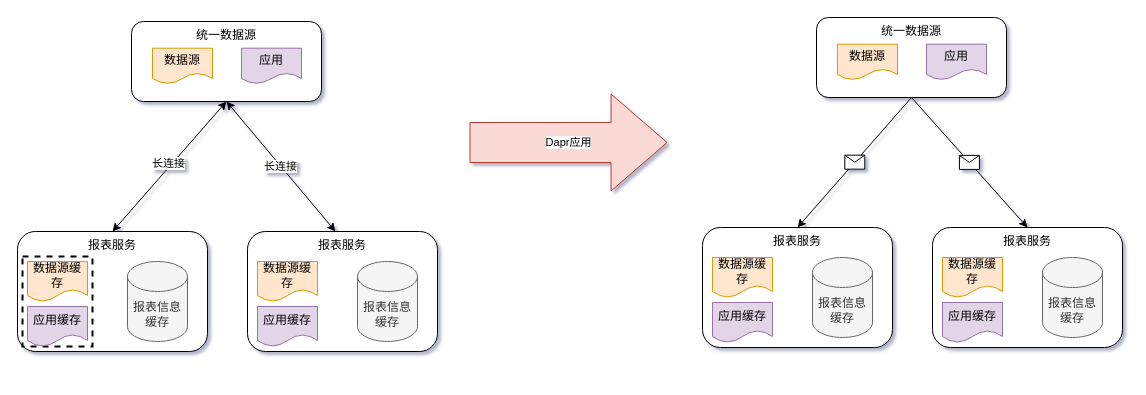
This is 关系图.drawio from cwsheng/drawingio, a draw.io file, before an edit. Source tidied: cells renumbered, new cells numbered last; positions are measured from the earlier drawing's top-left corner, leaving out a move shared by most shapes. Both pictures are drawn from the tidied source at 100%, with x=0, y=0 at pixel (17, 17).
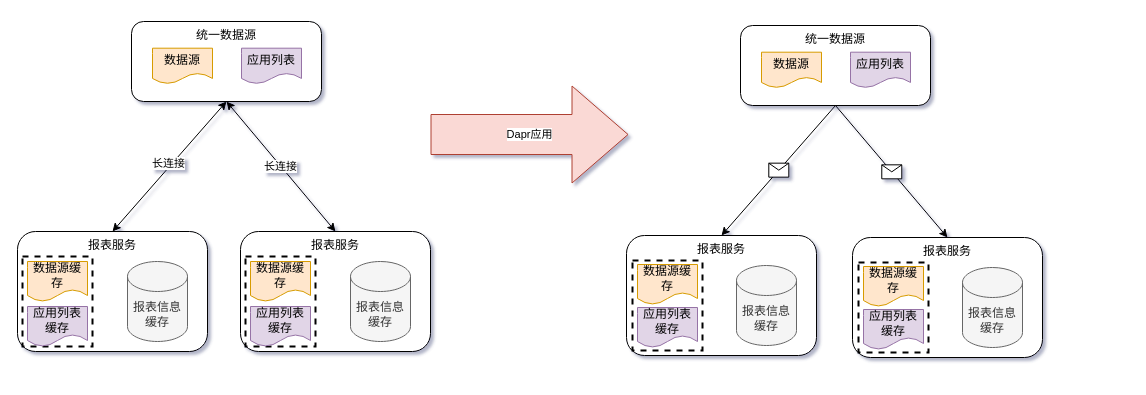
The same diagram, later.

Commit message:
更新关系图.drawio

Unchanged cells that the change refers to:
```xml
<mxCell id="17" value="统一数据源" style="rounded=1;whiteSpace=wrap;html=1;verticalAlign=top;" parent="16" vertex="1">
  <mxGeometry width="190" height="80" as="geometry" />
</mxCell>
<mxCell id="25" style="group;" parent="1" vertex="1">
  <mxGeometry y="214" width="190" height="140" as="geometry" />
</mxCell>
<mxCell id="31" style="group;" parent="1" vertex="1">
  <mxGeometry x="114" y="4" width="190" height="80" as="geometry" />
</mxCell>
<mxCell id="32" value="统一数据源" style="rounded=1;whiteSpace=wrap;html=1;verticalAlign=top;" parent="31" vertex="1">
  <mxGeometry width="190" height="80" as="geometry" />
</mxCell>
```

Change to the diagram source:
```diff
@@
+    <mxCell id="11" style="group;" parent="1" vertex="1">
+      <mxGeometry x="609" y="208" width="190" height="120" as="geometry" />
+    </mxCell>
+    <mxCell id="12" value="报表服务" style="rounded=1;whiteSpace=wrap;html=1;verticalAlign=top;" parent="11" vertex="1">
+      <mxGeometry y="10" width="190" height="120" as="geometry" />
+    </mxCell>
+    <mxCell id="15" value="报表信息缓存" style="shape=cylinder3;whiteSpace=wrap;html=1;boundedLbl=1;backgroundOutline=1;size=15;fillColor=#f5f5f5;fontColor=#333333;strokeColor=#666666;" parent="11" vertex="1">
+      <mxGeometry x="110" y="40" width="60" height="80" as="geometry" />
+    </mxCell>
+    <mxCell id="39" style="rounded=0;whiteSpace=wrap;html=1;dashed=1;strokeWidth=2;" parent="11" vertex="1">
+      <mxGeometry x="6" y="35" width="70" height="90" as="geometry" />
+    </mxCell>
+    <mxCell id="40" value="应用列表缓存" style="shape=document;whiteSpace=wrap;html=1;boundedLbl=1;fillColor=#e1d5e7;strokeColor=#9673a6;" parent="11" vertex="1">
+      <mxGeometry x="11" y="82" width="60" height="40" as="geometry" />
+    </mxCell>
+    <mxCell id="41" value="数据源缓存" style="shape=document;whiteSpace=wrap;html=1;boundedLbl=1;fillColor=#ffe6cc;strokeColor=#d79b00;" parent="11" vertex="1">
+      <mxGeometry x="11" y="39" width="60" height="40" as="geometry" />
+    </mxCell>
@@
-    <mxCell id="4" style="endArrow=classic;html=1;rounded=0;entryX=0.5;entryY=0;entryDx=0;entryDy=0;exitX=0.5;exitY=1;exitDx=0;exitDy=0;" parent="1" edge="1" source="17" target="7">
+    <mxCell id="4" style="endArrow=classic;html=1;rounded=0;exitX=0.5;exitY=1;exitDx=0;exitDy=0;entryX=0.5;entryY=0;entryDx=0;entryDy=0;" parent="1" edge="1" source="17" target="51">
       <mxGeometry relative="1" as="geometry" />
     </mxCell>
@@
-    <mxCell id="6" style="group;" parent="1" vertex="1">
-      <mxGeometry x="915" y="210" width="190" height="120" as="geometry" />
-    </mxCell>
-    <mxCell id="7" value="报表服务" style="rounded=1;whiteSpace=wrap;html=1;verticalAlign=top;" parent="6" vertex="1">
-      <mxGeometry width="190" height="120" as="geometry" />
-    </mxCell>
-    <mxCell id="8" value="数据源缓存" style="shape=document;whiteSpace=wrap;html=1;boundedLbl=1;fillColor=#ffe6cc;strokeColor=#d79b00;" parent="6" vertex="1">
-      <mxGeometry x="10" y="30" width="60" height="40" as="geometry" />
-    </mxCell>
-    <mxCell id="9" value="应用缓存" style="shape=document;whiteSpace=wrap;html=1;boundedLbl=1;fillColor=#e1d5e7;strokeColor=#9673a6;" parent="6" vertex="1">
-      <mxGeometry x="10" y="75" width="60" height="40" as="geometry" />
-    </mxCell>
-    <mxCell id="10" value="报表信息缓存" style="shape=cylinder3;whiteSpace=wrap;html=1;boundedLbl=1;backgroundOutline=1;size=15;fillColor=#f5f5f5;fontColor=#333333;strokeColor=#666666;" parent="6" vertex="1">
-      <mxGeometry x="110" y="30" width="60" height="80" as="geometry" />
-    </mxCell>
-    <mxCell id="11" style="group;" parent="1" vertex="1">
-      <mxGeometry x="685" y="210" width="190" height="120" as="geometry" />
-    </mxCell>
-    <mxCell id="12" value="报表服务" style="rounded=1;whiteSpace=wrap;html=1;verticalAlign=top;" parent="11" vertex="1">
-      <mxGeometry width="190" height="120" as="geometry" />
-    </mxCell>
-    <mxCell id="13" value="数据源缓存" style="shape=document;whiteSpace=wrap;html=1;boundedLbl=1;fillColor=#ffe6cc;strokeColor=#d79b00;" parent="11" vertex="1">
-      <mxGeometry x="10" y="30" width="60" height="40" as="geometry" />
-    </mxCell>
-    <mxCell id="14" value="应用缓存" style="shape=document;whiteSpace=wrap;html=1;boundedLbl=1;fillColor=#e1d5e7;strokeColor=#9673a6;" parent="11" vertex="1">
-      <mxGeometry x="10" y="75" width="60" height="40" as="geometry" />
-    </mxCell>
-    <mxCell id="15" value="报表信息缓存" style="shape=cylinder3;whiteSpace=wrap;html=1;boundedLbl=1;backgroundOutline=1;size=15;fillColor=#f5f5f5;fontColor=#333333;strokeColor=#666666;" parent="11" vertex="1">
-      <mxGeometry x="110" y="30" width="60" height="80" as="geometry" />
-    </mxCell>
     <mxCell id="16" style="group;" parent="1" vertex="1">
-      <mxGeometry x="799" width="190" height="80" as="geometry" />
+      <mxGeometry x="723" y="8" width="190" height="80" as="geometry" />
     </mxCell>
@@
-    <mxCell id="19" value="应用" style="shape=document;whiteSpace=wrap;html=1;boundedLbl=1;fillColor=#e1d5e7;strokeColor=#9673a6;" parent="16" vertex="1">
+    <mxCell id="19" value="应用列表" style="shape=document;whiteSpace=wrap;html=1;boundedLbl=1;fillColor=#e1d5e7;strokeColor=#9673a6;" parent="16" vertex="1">
       <mxGeometry x="110" y="26.7" width="60" height="35.6" as="geometry" />
     </mxCell>
-    <mxCell id="20" style="group;" parent="1" vertex="1">
-      <mxGeometry x="230" y="214" width="190" height="120" as="geometry" />
-    </mxCell>
-    <mxCell id="21" value="报表服务" style="rounded=1;whiteSpace=wrap;html=1;verticalAlign=top;" parent="20" vertex="1">
-      <mxGeometry width="190" height="120" as="geometry" />
-    </mxCell>
-    <mxCell id="22" value="数据源缓存" style="shape=document;whiteSpace=wrap;html=1;boundedLbl=1;fillColor=#ffe6cc;strokeColor=#d79b00;" parent="20" vertex="1">
-      <mxGeometry x="10" y="30" width="60" height="40" as="geometry" />
-    </mxCell>
-    <mxCell id="23" value="应用缓存" style="shape=document;whiteSpace=wrap;html=1;boundedLbl=1;fillColor=#e1d5e7;strokeColor=#9673a6;" parent="20" vertex="1">
-      <mxGeometry x="10" y="75" width="60" height="40" as="geometry" />
-    </mxCell>
-    <mxCell id="24" value="报表信息缓存" style="shape=cylinder3;whiteSpace=wrap;html=1;boundedLbl=1;backgroundOutline=1;size=15;fillColor=#f5f5f5;fontColor=#333333;strokeColor=#666666;" parent="20" vertex="1">
-      <mxGeometry x="110" y="30" width="60" height="80" as="geometry" />
-    </mxCell>
@@
+    <mxCell id="42" style="group;" parent="25" vertex="1">
+      <mxGeometry width="190" height="120" as="geometry" />
+    </mxCell>
-    <mxCell id="26" value="报表服务" style="rounded=1;whiteSpace=wrap;html=1;verticalAlign=top;" parent="25" vertex="1">
+    <mxCell id="26" value="报表服务" style="rounded=1;whiteSpace=wrap;html=1;verticalAlign=top;" parent="42" vertex="1">
       <mxGeometry width="190" height="120" as="geometry" />
     </mxCell>
-    <mxCell id="27" style="rounded=0;whiteSpace=wrap;html=1;dashed=1;strokeWidth=2;" parent="25" vertex="1">
+    <mxCell id="27" style="rounded=0;whiteSpace=wrap;html=1;dashed=1;strokeWidth=2;" parent="42" vertex="1">
       <mxGeometry x="5" y="25" width="70" height="90" as="geometry" />
     </mxCell>
-    <mxCell id="28" value="数据源缓存" style="shape=document;whiteSpace=wrap;html=1;boundedLbl=1;fillColor=#ffe6cc;strokeColor=#d79b00;" parent="25" vertex="1">
+    <mxCell id="28" value="数据源缓存" style="shape=document;whiteSpace=wrap;html=1;boundedLbl=1;fillColor=#ffe6cc;strokeColor=#d79b00;" parent="42" vertex="1">
       <mxGeometry x="10" y="30" width="60" height="40" as="geometry" />
     </mxCell>
-    <mxCell id="29" value="应用缓存" style="shape=document;whiteSpace=wrap;html=1;boundedLbl=1;fillColor=#e1d5e7;strokeColor=#9673a6;" parent="25" vertex="1">
+    <mxCell id="29" value="应用列表缓存" style="shape=document;whiteSpace=wrap;html=1;boundedLbl=1;fillColor=#e1d5e7;strokeColor=#9673a6;" parent="42" vertex="1">
       <mxGeometry x="10" y="75" width="60" height="40" as="geometry" />
     </mxCell>
-    <mxCell id="30" value="报表信息缓存" style="shape=cylinder3;whiteSpace=wrap;html=1;boundedLbl=1;backgroundOutline=1;size=15;fillColor=#f5f5f5;fontColor=#333333;strokeColor=#666666;" parent="25" vertex="1">
+    <mxCell id="30" value="报表信息缓存" style="shape=cylinder3;whiteSpace=wrap;html=1;boundedLbl=1;backgroundOutline=1;size=15;fillColor=#f5f5f5;fontColor=#333333;strokeColor=#666666;" parent="42" vertex="1">
       <mxGeometry x="110" y="30" width="60" height="80" as="geometry" />
     </mxCell>
@@
-    <mxCell id="34" value="应用" style="shape=document;whiteSpace=wrap;html=1;boundedLbl=1;fillColor=#e1d5e7;strokeColor=#9673a6;" parent="31" vertex="1">
+    <mxCell id="34" value="应用列表" style="shape=document;whiteSpace=wrap;html=1;boundedLbl=1;fillColor=#e1d5e7;strokeColor=#9673a6;" parent="31" vertex="1">
       <mxGeometry x="110" y="26.7" width="60" height="35.6" as="geometry" />
     </mxCell>
     <mxCell id="35" value="Dapr应用" style="shape=flexArrow;endArrow=classic;html=1;rounded=0;endWidth=56;endSize=18.33;width=40;fillColor=#fad9d5;strokeColor=#ae4132;" parent="1" edge="1">
       <mxGeometry relative="1" as="geometry">
-        <mxPoint x="452" y="125" as="sourcePoint" />
-        <mxPoint x="650" y="125" as="targetPoint" />
+        <mxPoint x="413" y="117" as="sourcePoint" />
+        <mxPoint x="611" y="117" as="targetPoint" />
       </mxGeometry>
     </mxCell>
@@
-    <mxCell id="38" value="长连接" style="endArrow=classic;startArrow=classic;html=1;rounded=0;entryX=0.5;entryY=1;entryDx=0;entryDy=0;exitX=0.463;exitY=0;exitDx=0;exitDy=0;exitPerimeter=0;" parent="1" edge="1" source="21" target="32">
+    <mxCell id="38" value="长连接" style="endArrow=classic;startArrow=classic;html=1;rounded=0;entryX=0.5;entryY=1;entryDx=0;entryDy=0;exitX=0.5;exitY=0;exitDx=0;exitDy=0;" parent="1" edge="1" source="45" target="32">
       <mxGeometry relative="1" as="geometry" />
     </mxCell>
+    <mxCell id="43" style="group;" parent="1" vertex="1">
+      <mxGeometry x="223" y="214" width="190" height="140" as="geometry" />
+    </mxCell>
+    <mxCell id="44" style="group;" parent="43" vertex="1">
+      <mxGeometry width="190" height="120" as="geometry" />
+    </mxCell>
+    <mxCell id="45" value="报表服务" style="rounded=1;whiteSpace=wrap;html=1;verticalAlign=top;" parent="44" vertex="1">
+      <mxGeometry width="190" height="120" as="geometry" />
+    </mxCell>
+    <mxCell id="46" style="rounded=0;whiteSpace=wrap;html=1;dashed=1;strokeWidth=2;" parent="44" vertex="1">
+      <mxGeometry x="5" y="25" width="70" height="90" as="geometry" />
+    </mxCell>
+    <mxCell id="47" value="数据源缓存" style="shape=document;whiteSpace=wrap;html=1;boundedLbl=1;fillColor=#ffe6cc;strokeColor=#d79b00;" parent="44" vertex="1">
+      <mxGeometry x="10" y="30" width="60" height="40" as="geometry" />
+    </mxCell>
+    <mxCell id="48" value="应用列表缓存" style="shape=document;whiteSpace=wrap;html=1;boundedLbl=1;fillColor=#e1d5e7;strokeColor=#9673a6;" parent="44" vertex="1">
+      <mxGeometry x="10" y="75" width="60" height="40" as="geometry" />
+    </mxCell>
+    <mxCell id="49" value="报表信息缓存" style="shape=cylinder3;whiteSpace=wrap;html=1;boundedLbl=1;backgroundOutline=1;size=15;fillColor=#f5f5f5;fontColor=#333333;strokeColor=#666666;" parent="44" vertex="1">
+      <mxGeometry x="110" y="30" width="60" height="80" as="geometry" />
+    </mxCell>
+    <mxCell id="50" style="group;" parent="1" vertex="1">
+      <mxGeometry x="835" y="220" width="190" height="120" as="geometry" />
+    </mxCell>
+    <mxCell id="51" value="报表服务" style="rounded=1;whiteSpace=wrap;html=1;verticalAlign=top;" parent="50" vertex="1">
+      <mxGeometry width="190" height="120" as="geometry" />
+    </mxCell>
+    <mxCell id="52" value="报表信息缓存" style="shape=cylinder3;whiteSpace=wrap;html=1;boundedLbl=1;backgroundOutline=1;size=15;fillColor=#f5f5f5;fontColor=#333333;strokeColor=#666666;" parent="50" vertex="1">
+      <mxGeometry x="110" y="30" width="60" height="80" as="geometry" />
+    </mxCell>
+    <mxCell id="53" style="rounded=0;whiteSpace=wrap;html=1;dashed=1;strokeWidth=2;" parent="50" vertex="1">
+      <mxGeometry x="6" y="25" width="70" height="90" as="geometry" />
+    </mxCell>
+    <mxCell id="54" value="应用列表缓存" style="shape=document;whiteSpace=wrap;html=1;boundedLbl=1;fillColor=#e1d5e7;strokeColor=#9673a6;" parent="50" vertex="1">
+      <mxGeometry x="11" y="72" width="60" height="40" as="geometry" />
+    </mxCell>
+    <mxCell id="55" value="数据源缓存" style="shape=document;whiteSpace=wrap;html=1;boundedLbl=1;fillColor=#ffe6cc;strokeColor=#d79b00;" parent="50" vertex="1">
+      <mxGeometry x="11" y="29" width="60" height="40" as="geometry" />
+    </mxCell>
```
